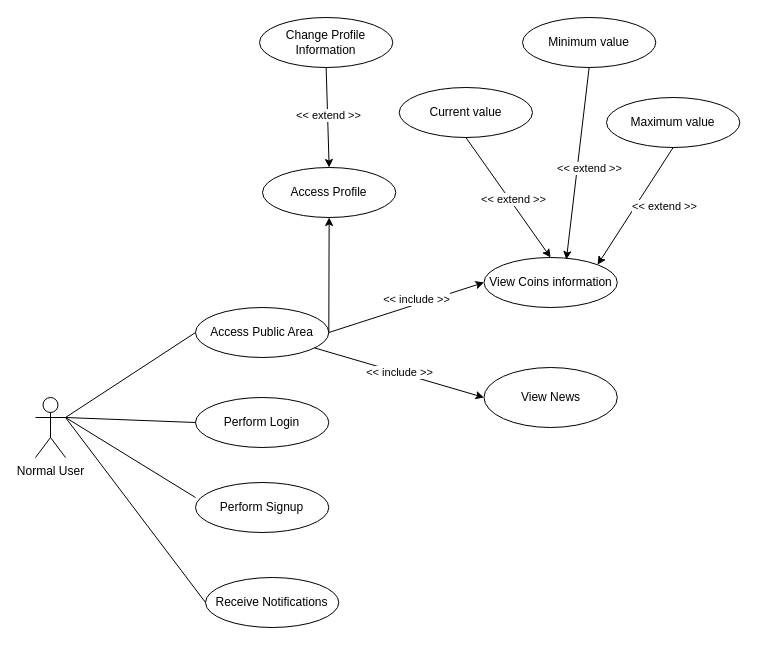
Before: page "Normal User" (3 of 4) of Use_Case.drawio in bgabrielma/ES_Project, a draw.io diagram. Source tidied: cells renumbered, new cells numbered last; positions are measured from the earlier drawing's top-left corner, leaving out a move shared by most shapes. Both pictures are drawn from the tidied source at 100%, with x=0, y=0 at pixel (35, 17).
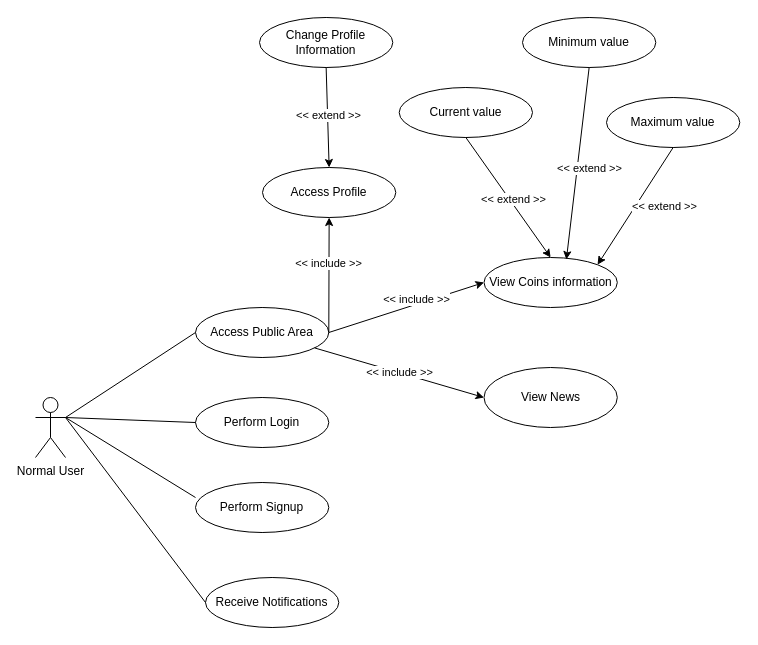
The same diagram, later.

Commit message:
feat: added label on relation on use case diagram

Unchanged cells that the change refers to:
```xml
<mxCell id="7" style="endArrow=classic;html=1;rounded=0;exitX=1;exitY=0.5;exitDx=0;exitDy=0;entryX=0.5;entryY=1;entryDx=0;entryDy=0;" parent="1" edge="1" source="3" target="6">
  <mxGeometry relative="1" as="geometry" />
</mxCell>
```

What changed in the source:
```diff
@@
+    <mxCell id="30" value="&amp;lt;&amp;lt; include &amp;gt;&amp;gt;" style="edgeLabel;html=1;align=center;verticalAlign=middle;" parent="7" vertex="1">
+      <mxGeometry x="0.2" y="1" relative="1" as="geometry" />
+    </mxCell>
```
